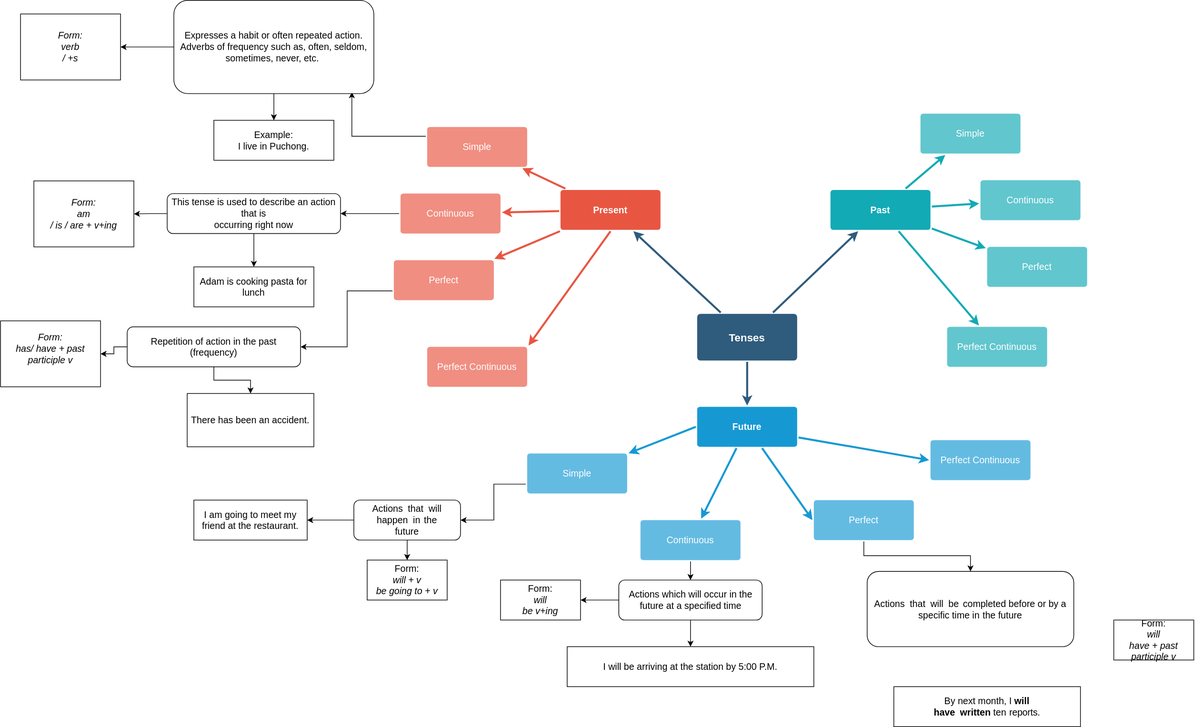
mhrk04/WED10402-CE keeps this draw.io diagram as Tense.drawio.svg. Above is the earlier version. Source tidied: cells renumbered, new cells last; positions are measured from the earlier drawing's top-left corner, leaving out a move shared by most shapes.
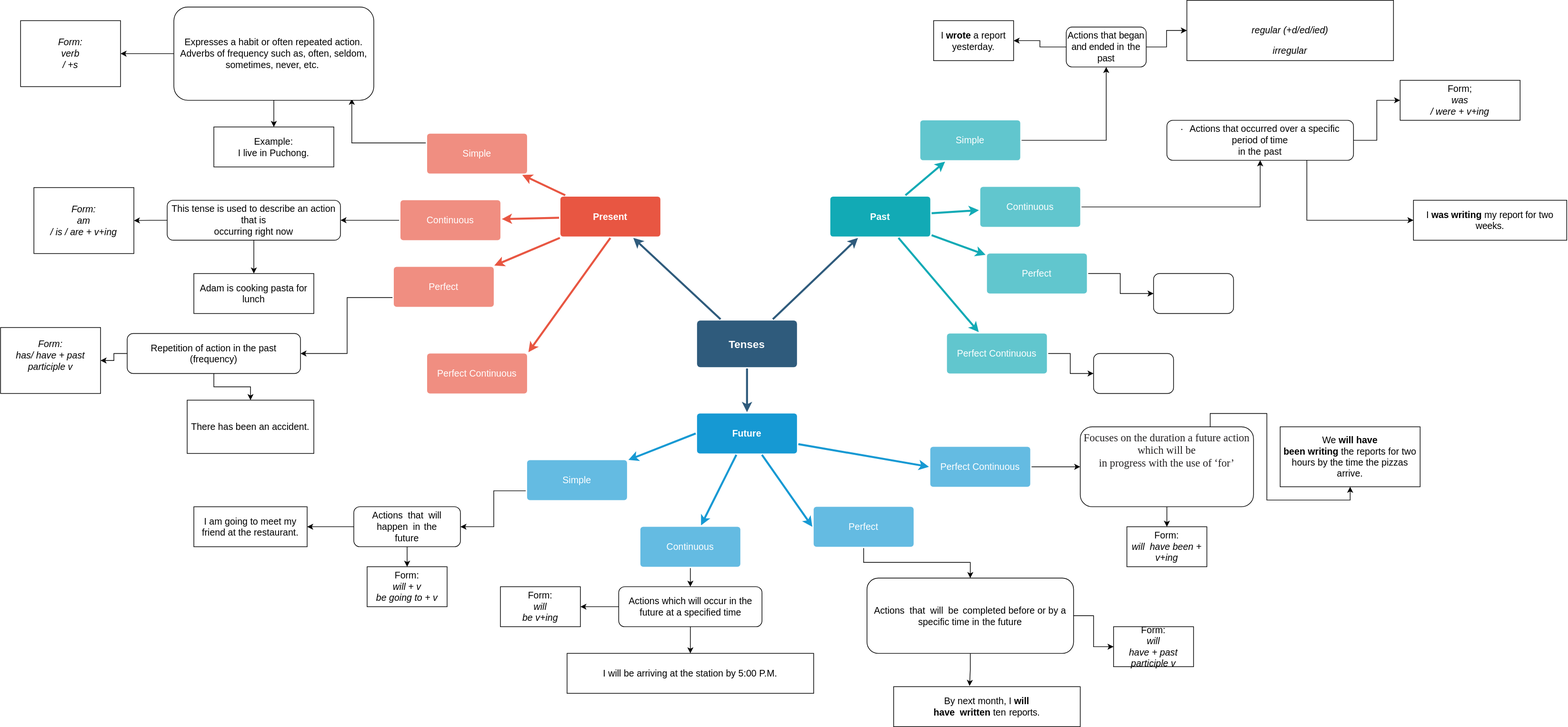
Later version of the same file.

The edit, as a diff of the source:
```diff
@@ -77,24 +77,36 @@
     <mxCell id="26" value="Past" style="rounded=1;whiteSpace=wrap;html=1;shadow=0;labelBackgroundColor=none;strokeColor=none;strokeWidth=3;fillColor=#12aab5;fontFamily=Helvetica;fontSize=14;fontColor=#FFFFFF;align=center;spacing=5;fontStyle=1;arcSize=7;perimeterSpacing=2;" parent="1" vertex="1">
       <mxGeometry x="1245" y="284.5" width="150" height="60" as="geometry" />
     </mxCell>
+    <mxCell id="67" style="edgeStyle=orthogonalEdgeStyle;rounded=0;jettySize=auto;html=1;exitX=1;exitY=0.5;exitDx=0;exitDy=0;fontSize=14;fontColor=#000000;" parent="1" edge="1" source="27" target="90">
+      <mxGeometry relative="1" as="geometry" />
+    </mxCell>
     <mxCell id="27" value="Perfect Continuous" style="rounded=1;whiteSpace=wrap;html=1;shadow=0;labelBackgroundColor=none;strokeColor=none;strokeWidth=3;fillColor=#61c6ce;fontFamily=Helvetica;fontSize=14;fontColor=#FFFFFF;align=center;spacing=5;fontStyle=0;arcSize=7;perimeterSpacing=2;" parent="1" vertex="1">
       <mxGeometry x="1420" y="490" width="150" height="60" as="geometry" />
     </mxCell>
     <mxCell id="28" style="edgeStyle=none;rounded=1;jumpStyle=none;html=1;shadow=0;labelBackgroundColor=none;startArrow=none;startFill=0;jettySize=auto;strokeColor=#12AAB5;strokeWidth=3;fontFamily=Helvetica;fontSize=14;fontColor=#FFFFFF;spacing=5;fontStyle=1;fillColor=#b0e3e6;" parent="1" edge="1" source="26" target="27">
       <mxGeometry relative="1" as="geometry" />
     </mxCell>
+    <mxCell id="68" style="edgeStyle=orthogonalEdgeStyle;rounded=0;jettySize=auto;html=1;exitX=1;exitY=0.5;exitDx=0;exitDy=0;entryX=0;entryY=0.5;entryDx=0;entryDy=0;fontSize=14;fontColor=#000000;" parent="1" edge="1" source="29" target="85">
+      <mxGeometry relative="1" as="geometry" />
+    </mxCell>
     <mxCell id="29" value="Perfect" style="rounded=1;whiteSpace=wrap;html=1;shadow=0;labelBackgroundColor=none;strokeColor=none;strokeWidth=3;fillColor=#61c6ce;fontFamily=Helvetica;fontSize=14;fontColor=#FFFFFF;align=center;spacing=5;fontStyle=0;arcSize=7;perimeterSpacing=2;" parent="1" vertex="1">
       <mxGeometry x="1480" y="370" width="150" height="60" as="geometry" />
     </mxCell>
     <mxCell id="30" style="edgeStyle=none;rounded=1;jumpStyle=none;html=1;shadow=0;labelBackgroundColor=none;startArrow=none;startFill=0;jettySize=auto;strokeColor=#12AAB5;strokeWidth=3;fontFamily=Helvetica;fontSize=14;fontColor=#FFFFFF;spacing=5;fontStyle=1;fillColor=#b0e3e6;" parent="1" edge="1" source="26" target="29">
       <mxGeometry relative="1" as="geometry" />
     </mxCell>
+    <mxCell id="69" style="edgeStyle=orthogonalEdgeStyle;rounded=0;jettySize=auto;html=1;exitX=1;exitY=0.5;exitDx=0;exitDy=0;entryX=0.5;entryY=1;entryDx=0;entryDy=0;fontSize=14;fontColor=#000000;" parent="1" edge="1" source="31" target="84">
+      <mxGeometry relative="1" as="geometry" />
+    </mxCell>
     <mxCell id="31" value="Continuous" style="rounded=1;whiteSpace=wrap;html=1;shadow=0;labelBackgroundColor=none;strokeColor=none;strokeWidth=3;fillColor=#61c6ce;fontFamily=Helvetica;fontSize=14;fontColor=#FFFFFF;align=center;spacing=5;fontStyle=0;arcSize=7;perimeterSpacing=2;" parent="1" vertex="1">
       <mxGeometry x="1470" y="270" width="150" height="60" as="geometry" />
     </mxCell>
     <mxCell id="32" style="edgeStyle=none;rounded=1;jumpStyle=none;html=1;shadow=0;labelBackgroundColor=none;startArrow=none;startFill=0;jettySize=auto;strokeColor=#12AAB5;strokeWidth=3;fontFamily=Helvetica;fontSize=14;fontColor=#FFFFFF;spacing=5;fontStyle=1;fillColor=#b0e3e6;" parent="1" edge="1" source="26" target="31">
       <mxGeometry relative="1" as="geometry" />
     </mxCell>
+    <mxCell id="70" style="edgeStyle=orthogonalEdgeStyle;rounded=0;jettySize=auto;html=1;exitX=1;exitY=0.5;exitDx=0;exitDy=0;entryX=0.5;entryY=1;entryDx=0;entryDy=0;fontSize=14;fontColor=#000000;" parent="1" edge="1" source="33" target="81">
+      <mxGeometry relative="1" as="geometry" />
+    </mxCell>
     <mxCell id="33" value="Simple" style="rounded=1;whiteSpace=wrap;html=1;shadow=0;labelBackgroundColor=none;strokeColor=none;strokeWidth=3;fillColor=#61c6ce;fontFamily=Helvetica;fontSize=14;fontColor=#FFFFFF;align=center;spacing=5;fontStyle=0;arcSize=7;perimeterSpacing=2;" parent="1" vertex="1">
       <mxGeometry x="1380" y="170" width="150" height="60" as="geometry" />
     </mxCell>
@@ -107,6 +119,9 @@
     <mxCell id="36" style="edgeStyle=none;rounded=1;jumpStyle=none;html=1;shadow=0;labelBackgroundColor=none;startArrow=none;startFill=0;jettySize=auto;strokeColor=#E85642;strokeWidth=3;fontFamily=Helvetica;fontSize=14;fontColor=#FFFFFF;spacing=5;fontStyle=1;fillColor=#b0e3e6;exitX=0.5;exitY=1;exitDx=0;exitDy=0;entryX=1;entryY=0;entryDx=0;entryDy=0;" parent="1" edge="1" source="9" target="35">
       <mxGeometry relative="1" as="geometry" />
     </mxCell>
+    <mxCell id="71" style="edgeStyle=orthogonalEdgeStyle;rounded=0;jettySize=auto;html=1;exitX=1;exitY=0.5;exitDx=0;exitDy=0;entryX=0;entryY=0.5;entryDx=0;entryDy=0;fontSize=14;fontColor=#000000;" parent="1" edge="1" source="37" target="76">
+      <mxGeometry relative="1" as="geometry" />
+    </mxCell>
     <mxCell id="37" value="Perfect Continuous" style="rounded=1;whiteSpace=wrap;html=1;shadow=0;labelBackgroundColor=none;strokeColor=none;strokeWidth=3;fillColor=#64bbe2;fontFamily=Helvetica;fontSize=14;fontColor=#FFFFFF;align=center;spacing=5;arcSize=7;perimeterSpacing=2;" parent="1" vertex="1">
       <mxGeometry x="1395" y="660" width="150" height="60" as="geometry" />
     </mxCell>
@@ -188,14 +203,71 @@
     <mxCell id="63" value="I will be arriving at the station by 5:00 P.M." style="rounded=0;whiteSpace=wrap;html=1;labelBackgroundColor=none;fontSize=14;fontColor=#000000;" parent="1" vertex="1">
       <mxGeometry x="850" y="970" width="370" height="60" as="geometry" />
     </mxCell>
+    <mxCell id="72" style="edgeStyle=orthogonalEdgeStyle;rounded=0;jettySize=auto;html=1;exitX=0.5;exitY=1;exitDx=0;exitDy=0;entryX=0.407;entryY=-0.019;entryDx=0;entryDy=0;entryPerimeter=0;fontSize=14;fontColor=#000000;" parent="1" edge="1" source="64" target="65">
+      <mxGeometry relative="1" as="geometry" />
+    </mxCell>
+    <mxCell id="73" style="edgeStyle=orthogonalEdgeStyle;rounded=0;jettySize=auto;html=1;exitX=1;exitY=0.5;exitDx=0;exitDy=0;entryX=0;entryY=0.5;entryDx=0;entryDy=0;fontSize=14;fontColor=#000000;" parent="1" edge="1" source="64" target="66">
+      <mxGeometry relative="1" as="geometry" />
+    </mxCell>
     <mxCell id="64" value="&lt;p class=&quot;TableParagraph&quot;&gt;&lt;span lang=&quot;EN-US&quot;&gt;Actions&lt;span style=&quot;letter-spacing:2.75pt&quot;&gt; &lt;/span&gt;that&lt;span style=&quot;letter-spacing:2.75pt&quot;&gt; &lt;/span&gt;will&lt;span style=&quot;letter-spacing:2.75pt&quot;&gt; &lt;/span&gt;be&lt;span style=&quot;letter-spacing:1.7pt&quot;&gt; &lt;/span&gt;completed before or by a specific time in&lt;span style=&quot;letter-spacing:.5pt&quot;&gt; &lt;/span&gt;the future&lt;/span&gt;&lt;span lang=&quot;EN-US&quot;&gt;&lt;/span&gt;&lt;/p&gt;" style="rounded=1;whiteSpace=wrap;html=1;labelBackgroundColor=none;fontSize=14;fontColor=#000000;" parent="1" vertex="1">
       <mxGeometry x="1300" y="857" width="310" height="113" as="geometry" />
     </mxCell>
     <mxCell id="65" value="&lt;span style=&quot;font-size:12.0pt;line-height:&lt;br/&gt;107%;font-family:&amp;quot;Cambria&amp;quot;,serif;mso-fareast-font-family:Calibri;mso-bidi-font-family:&lt;br/&gt;Arial;color:#232021;mso-ansi-language:EN-GB;mso-fareast-language:EN-US;&lt;br/&gt;mso-bidi-language:AR-SA&quot; lang=&quot;EN-GB&quot;&gt;By next month, I &lt;b&gt;will&lt;br/&gt;have&lt;span style=&quot;letter-spacing:2.7pt&quot;&gt; &lt;/span&gt;written&lt;/b&gt; ten&lt;span style=&quot;letter-spacing:.6pt&quot;&gt; &lt;/span&gt;&lt;span style=&quot;letter-spacing:-.15pt&quot;&gt;reports.&lt;/span&gt;&lt;/span&gt;" style="rounded=0;whiteSpace=wrap;html=1;labelBackgroundColor=none;fontSize=14;fontColor=#000000;" parent="1" vertex="1">
-      <mxGeometry x="1340" y="1030" width="280" height="60" as="geometry" />
+      <mxGeometry x="1340" y="1020" width="280" height="60" as="geometry" />
     </mxCell>
     <mxCell id="66" value="Form:&lt;br&gt;&lt;i&gt;&lt;span style=&quot;font-size:12.0pt;line-height:107%;font-family:&amp;quot;Cambria&amp;quot;,serif;&lt;br/&gt;mso-fareast-font-family:Calibri;mso-bidi-font-family:Arial;color:#232021;&lt;br/&gt;mso-ansi-language:EN-GB;mso-fareast-language:EN-US;mso-bidi-language:AR-SA&quot; lang=&quot;EN-GB&quot;&gt;will&lt;br/&gt;have + past participle v&lt;/span&gt;&lt;/i&gt;" style="rounded=0;whiteSpace=wrap;html=1;labelBackgroundColor=none;fontSize=14;fontColor=#000000;" parent="1" vertex="1">
       <mxGeometry x="1670" y="930" width="120" height="60" as="geometry" />
     </mxCell>
+    <mxCell id="74" style="edgeStyle=orthogonalEdgeStyle;rounded=0;jettySize=auto;html=1;exitX=0.75;exitY=0;exitDx=0;exitDy=0;entryX=0.5;entryY=1;entryDx=0;entryDy=0;fontSize=14;fontColor=#000000;" parent="1" edge="1" source="76" target="78">
+      <mxGeometry relative="1" as="geometry" />
+    </mxCell>
+    <mxCell id="75" style="edgeStyle=orthogonalEdgeStyle;rounded=0;jettySize=auto;html=1;exitX=0.5;exitY=1;exitDx=0;exitDy=0;fontSize=14;fontColor=#000000;" parent="1" edge="1" source="76" target="77">
+      <mxGeometry relative="1" as="geometry" />
+    </mxCell>
+    <mxCell id="76" value="&#10;&lt;span style=&quot;font-size:12.0pt;line-height:&#10;107%;font-family:&amp;quot;Cambria&amp;quot;,serif;mso-fareast-font-family:Calibri;mso-bidi-font-family:&#10;Arial;color:#232021;mso-ansi-language:EN-GB;mso-fareast-language:EN-US;&#10;mso-bidi-language:AR-SA&quot; lang=&quot;EN-GB&quot;&gt;Focuses on the duration a future action which will be&#10;in progress with the use of ‘for’&lt;/span&gt;&#10;&#10;&#10;&#10;" style="rounded=1;whiteSpace=wrap;html=1;labelBackgroundColor=none;fontSize=14;fontColor=#000000;" parent="1" vertex="1">
+      <mxGeometry x="1620" y="630" width="260" height="120" as="geometry" />
+    </mxCell>
+    <mxCell id="77" value="Form:&lt;br&gt;&lt;i&gt;&lt;span style=&quot;font-size:12.0pt;line-height:107%;font-family:&amp;quot;Cambria&amp;quot;,serif;&lt;br/&gt;mso-fareast-font-family:Calibri;mso-bidi-font-family:Arial;color:#232021;&lt;br/&gt;mso-ansi-language:EN-GB;mso-fareast-language:EN-US;mso-bidi-language:AR-SA&quot; lang=&quot;EN-GB&quot;&gt;will&amp;nbsp; have been + v+ing&lt;/span&gt;&lt;/i&gt;" style="rounded=0;whiteSpace=wrap;html=1;labelBackgroundColor=none;fontSize=14;fontColor=#000000;" parent="1" vertex="1">
+      <mxGeometry x="1690" y="780" width="120" height="60" as="geometry" />
+    </mxCell>
+    <mxCell id="78" value="&lt;span style=&quot;font-size:12.0pt;line-height:&lt;br/&gt;107%;font-family:&amp;quot;Cambria&amp;quot;,serif;mso-fareast-font-family:Calibri;mso-bidi-font-family:&lt;br/&gt;Arial;color:#232021;mso-ansi-language:EN-GB;mso-fareast-language:EN-US;&lt;br/&gt;mso-bidi-language:AR-SA&quot; lang=&quot;EN-GB&quot;&gt;We &lt;b&gt;will have&lt;br/&gt;been writing&lt;/b&gt; the reports for two hours by the time the pizzas arrive.&lt;/span&gt;" style="rounded=0;whiteSpace=wrap;html=1;labelBackgroundColor=none;fontSize=14;fontColor=#000000;" parent="1" vertex="1">
+      <mxGeometry x="1920" y="630" width="210" height="90" as="geometry" />
+    </mxCell>
+    <mxCell id="79" style="edgeStyle=orthogonalEdgeStyle;rounded=0;jettySize=auto;html=1;exitX=0;exitY=0.5;exitDx=0;exitDy=0;entryX=1;entryY=0.5;entryDx=0;entryDy=0;fontSize=14;fontColor=#000000;" parent="1" edge="1" source="81" target="87">
+      <mxGeometry relative="1" as="geometry" />
+    </mxCell>
+    <mxCell id="80" style="edgeStyle=orthogonalEdgeStyle;rounded=0;jettySize=auto;html=1;exitX=1;exitY=0.5;exitDx=0;exitDy=0;entryX=0;entryY=0.5;entryDx=0;entryDy=0;fontSize=14;fontColor=#000000;" parent="1" edge="1" source="81" target="86">
+      <mxGeometry relative="1" as="geometry" />
+    </mxCell>
+    <mxCell id="81" value="&lt;span style=&quot;font-size:12.0pt;line-height:&lt;br/&gt;107%;font-family:&amp;quot;Cambria&amp;quot;,serif;mso-fareast-font-family:Calibri;mso-bidi-font-family:&lt;br/&gt;Arial;color:#232021;mso-ansi-language:EN-GB;mso-fareast-language:EN-US;&lt;br/&gt;mso-bidi-language:AR-SA&quot; lang=&quot;EN-GB&quot;&gt;Actions that &lt;span style=&quot;letter-spacing:-.15pt&quot;&gt;began&lt;br/&gt;and ended &lt;/span&gt;in&lt;span style=&quot;letter-spacing:.8pt&quot;&gt; &lt;/span&gt;the &lt;span style=&quot;letter-spacing:-.15pt&quot;&gt;past&lt;/span&gt;&lt;/span&gt;" style="rounded=1;whiteSpace=wrap;html=1;labelBackgroundColor=none;fontSize=14;fontColor=#000000;" parent="1" vertex="1">
+      <mxGeometry x="1599" y="30" width="120" height="60" as="geometry" />
+    </mxCell>
+    <mxCell id="82" style="edgeStyle=orthogonalEdgeStyle;rounded=0;jettySize=auto;html=1;exitX=1;exitY=0.5;exitDx=0;exitDy=0;entryX=0;entryY=0.5;entryDx=0;entryDy=0;fontSize=14;fontColor=#000000;" parent="1" edge="1" source="84" target="88">
+      <mxGeometry relative="1" as="geometry" />
+    </mxCell>
+    <mxCell id="83" style="edgeStyle=orthogonalEdgeStyle;rounded=0;jettySize=auto;html=1;exitX=0.75;exitY=1;exitDx=0;exitDy=0;entryX=0;entryY=0.5;entryDx=0;entryDy=0;fontSize=14;fontColor=#000000;" parent="1" edge="1" source="84" target="89">
+      <mxGeometry relative="1" as="geometry" />
+    </mxCell>
+    <mxCell id="84" value="&lt;p style=&quot;margin-top:0in;margin-right:18.7pt;margin-bottom:&lt;br/&gt;0in;margin-left:22.5pt;margin-bottom:.0001pt;text-align:justify;text-indent:&lt;br/&gt;-13.5pt;mso-list:l0 level1 lfo1;tab-stops:23.3pt;layout-grid-mode:char;&lt;br/&gt;mso-layout-grid-align:none&quot; class=&quot;TableParagraph&quot;&gt;&lt;span style=&quot;font-size:12.0pt;font-family:Symbol;mso-fareast-font-family:Symbol;&lt;br/&gt;mso-bidi-font-family:Symbol&quot; lang=&quot;EN-US&quot;&gt;·&lt;span style=&quot;font-variant-numeric: normal; font-variant-east-asian: normal; font-stretch: normal; font-size: 7pt; line-height: normal; font-family: &amp;quot;Times New Roman&amp;quot;;&quot;&gt;&amp;nbsp;&amp;nbsp;&amp;nbsp; &lt;/span&gt;&lt;/span&gt;&lt;span style=&quot;font-size:12.0pt;font-family:&amp;quot;Cambria&amp;quot;,serif;mso-bidi-font-family:&lt;br/&gt;Arial;color:#232021&quot; lang=&quot;EN-US&quot;&gt;Actions that occurred over&lt;span style=&quot;letter-spacing:&lt;br/&gt;-.15pt&quot;&gt; &lt;/span&gt;a specific period &lt;span style=&quot;letter-spacing:-.2pt&quot;&gt;of &lt;/span&gt;time&lt;br/&gt;in the&lt;span style=&quot;letter-spacing:.45pt&quot;&gt; &lt;/span&gt;&lt;span style=&quot;letter-spacing:&lt;br/&gt;-.15pt&quot;&gt;past&lt;/span&gt;&lt;/span&gt;&lt;span style=&quot;font-size:12.0pt;font-family:&lt;br/&gt;&amp;quot;Cambria&amp;quot;,serif;mso-fareast-font-family:Arial;mso-bidi-font-family:Arial&quot; lang=&quot;EN-US&quot;&gt;&lt;/span&gt;&lt;/p&gt;" style="rounded=1;whiteSpace=wrap;html=1;labelBackgroundColor=none;fontSize=14;fontColor=#000000;" parent="1" vertex="1">
+      <mxGeometry x="1750" y="170" width="280" height="60" as="geometry" />
+    </mxCell>
+    <mxCell id="85" style="rounded=1;whiteSpace=wrap;html=1;labelBackgroundColor=none;fontSize=14;fontColor=#000000;" parent="1" vertex="1">
+      <mxGeometry x="1730" y="400" width="120" height="60" as="geometry" />
+    </mxCell>
+    <mxCell id="86" value="&lt;p class=&quot;TableParagraph&quot;&gt;&lt;span lang=&quot;EN-US&quot;&gt;&lt;span style=&quot;font-variant-numeric: normal; font-variant-east-asian: normal; font-stretch: normal; font-size: 7pt; line-height: normal; font-family: &amp;quot;Times New Roman&amp;quot;;&quot;&gt;&lt;br&gt;&lt;/span&gt;&lt;/span&gt;&lt;i&gt;&lt;span lang=&quot;EN-US&quot;&gt;regular (+d/ed/ied)&lt;/span&gt;&lt;/i&gt;&lt;/p&gt;&lt;i style=&quot;background-color: initial;&quot;&gt;&lt;span lang=&quot;EN-US&quot;&gt;irregular&lt;/span&gt;&lt;/i&gt;" style="rounded=0;whiteSpace=wrap;html=1;labelBackgroundColor=none;fontSize=14;fontColor=#000000;" parent="1" vertex="1">
+      <mxGeometry x="1780" y="-10" width="310" height="90.5" as="geometry" />
+    </mxCell>
+    <mxCell id="87" value="&lt;span style=&quot;font-size:12.0pt;line-height:&lt;br/&gt;107%;font-family:&amp;quot;Cambria&amp;quot;,serif;mso-fareast-font-family:Calibri;mso-bidi-font-family:&lt;br/&gt;Arial;color:#232021;mso-ansi-language:EN-GB;mso-fareast-language:EN-US;&lt;br/&gt;mso-bidi-language:AR-SA&quot; lang=&quot;EN-GB&quot;&gt;I&lt;span style=&quot;letter-spacing:-.2pt&quot;&gt; &lt;/span&gt;&lt;b&gt;wrote&lt;/b&gt; a report yesterday.&lt;/span&gt;" style="rounded=0;whiteSpace=wrap;html=1;labelBackgroundColor=none;fontSize=14;fontColor=#000000;" parent="1" vertex="1">
+      <mxGeometry x="1400" y="20.5" width="120" height="60" as="geometry" />
+    </mxCell>
+    <mxCell id="88" value="Form;&lt;br&gt;&lt;i&gt;&lt;span style=&quot;font-size:12.0pt;line-height:107%;font-family:&amp;quot;Cambria&amp;quot;,serif;&lt;br/&gt;mso-fareast-font-family:Calibri;mso-bidi-font-family:Arial;color:#232021;&lt;br/&gt;mso-ansi-language:EN-GB;mso-fareast-language:EN-US;mso-bidi-language:AR-SA&quot; lang=&quot;EN-GB&quot;&gt;was&lt;br/&gt;/ were + v+ing&lt;/span&gt;&lt;/i&gt;" style="rounded=0;whiteSpace=wrap;html=1;labelBackgroundColor=none;fontSize=14;fontColor=#000000;" parent="1" vertex="1">
+      <mxGeometry x="2100" y="110" width="180" height="60" as="geometry" />
+    </mxCell>
+    <mxCell id="89" value="&lt;p style=&quot;margin-top:0in;margin-right:21.4pt;margin-bottom:&lt;br/&gt;0in;margin-left:5.0pt;margin-bottom:.0001pt;layout-grid-mode:char;mso-layout-grid-align:&lt;br/&gt;none&quot; class=&quot;TableParagraph&quot;&gt;&lt;span style=&quot;font-size:12.0pt;font-family:&amp;quot;Cambria&amp;quot;,serif;&lt;br/&gt;mso-bidi-font-family:Arial;color:#232021&quot; lang=&quot;EN-US&quot;&gt;I &lt;b&gt;&lt;span style=&quot;letter-spacing:-.15pt&quot;&gt;was &lt;/span&gt;writing&lt;/b&gt; my &lt;span style=&quot;letter-spacing:-.15pt&quot;&gt;report &lt;/span&gt;for&lt;span style=&quot;letter-spacing:&lt;br/&gt;.8pt&quot;&gt; &lt;/span&gt;two &lt;span style=&quot;letter-spacing:-.15pt&quot;&gt;weeks.&lt;/span&gt;&lt;/span&gt;&lt;span style=&quot;font-size:12.0pt;font-family:&amp;quot;Cambria&amp;quot;,serif;mso-fareast-font-family:&lt;br/&gt;Arial;mso-bidi-font-family:Arial&quot; lang=&quot;EN-US&quot;&gt;&lt;/span&gt;&lt;/p&gt;" style="rounded=0;whiteSpace=wrap;html=1;labelBackgroundColor=none;fontSize=14;fontColor=#000000;" parent="1" vertex="1">
+      <mxGeometry x="2120" y="290" width="230" height="60" as="geometry" />
+    </mxCell>
+    <mxCell id="90" style="rounded=1;whiteSpace=wrap;html=1;labelBackgroundColor=none;fontSize=14;fontColor=#000000;" parent="1" vertex="1">
+      <mxGeometry x="1640" y="520" width="120" height="60" as="geometry" />
+    </mxCell>
   </root>
 </mxGraphModel>
```
